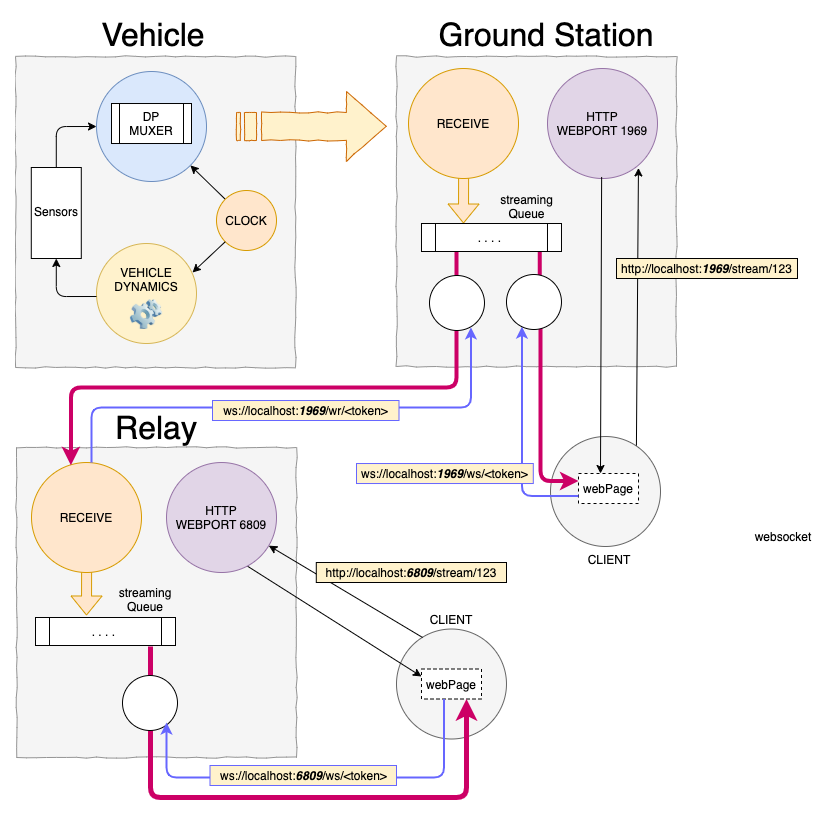
The draw.io diagram daq.png in crmathieu/daq, before a commit. Source tidied: cells renumbered, new cells last; positions are measured from the earlier drawing's top-left corner, leaving out a move shared by most shapes.
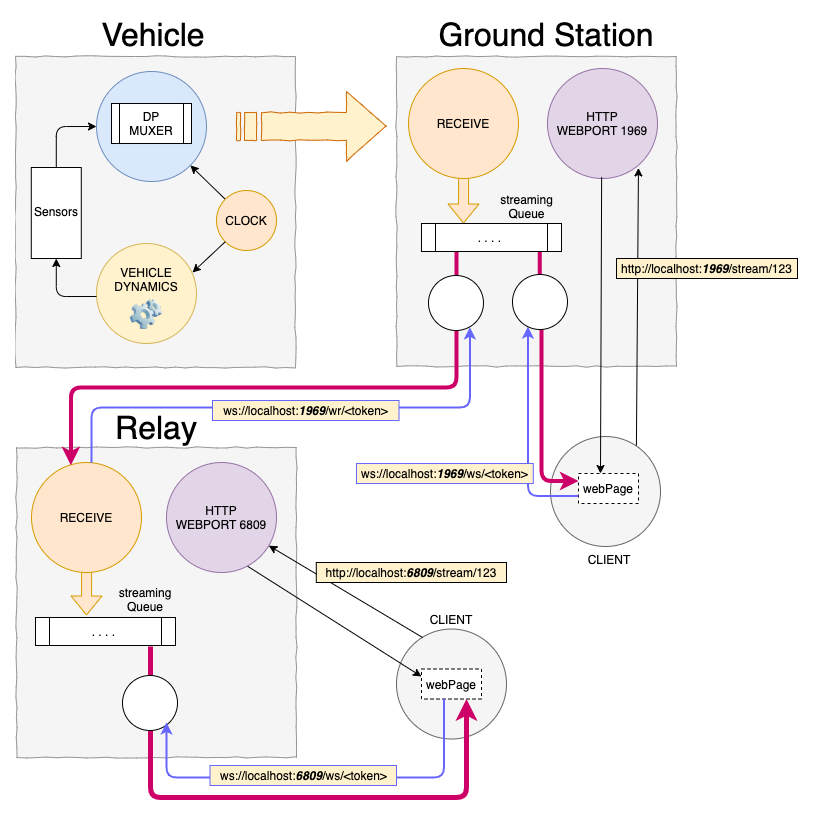
After the change.

The edit, as a diff of the source:
```diff
@@ -65,15 +65,14 @@
     <mxCell id="21" value="CLIENT" style="text;html=1;strokeColor=none;fillColor=none;align=center;verticalAlign=middle;whiteSpace=wrap;rounded=0;labelBackgroundColor=none;" parent="1" vertex="1">
       <mxGeometry x="574" y="525" width="40" height="20" as="geometry" />
     </mxCell>
-    <mxCell id="22" style="edgeStyle=segmentEdgeStyle;endArrow=none;html=1;entryX=0.831;entryY=0.948;entryDx=0;entryDy=0;entryPerimeter=0;strokeColor=#CC0066;strokeWidth=4;startArrow=classic;startFill=1;endFill=0;exitX=0;exitY=0.25;exitDx=0;exitDy=0;" parent="1" edge="1">
+    <mxCell id="22" style="edgeStyle=segmentEdgeStyle;endArrow=none;html=1;entryX=0.831;entryY=0.948;entryDx=0;entryDy=0;entryPerimeter=0;strokeColor=#CC0066;strokeWidth=4;startArrow=classic;startFill=1;endFill=0;" parent="1" edge="1" source="49">
       <mxGeometry relative="1" as="geometry">
-        <mxPoint x="495.8" y="265.5" as="sourcePoint" />
         <mxPoint x="524.3" y="225.5" as="targetPoint" />
+        <Array as="points">
+          <mxPoint x="524" y="277" />
+        </Array>
       </mxGeometry>
     </mxCell>
-    <mxCell id="23" value="websocket" style="text;html=1;strokeColor=none;fillColor=none;align=center;verticalAlign=middle;whiteSpace=wrap;rounded=0;dashed=1;labelBackgroundColor=none;" parent="1" vertex="1">
-      <mxGeometry x="728" y="502" width="80" height="20" as="geometry" />
-    </mxCell>
     <mxCell id="24" style="rounded=0;whiteSpace=wrap;html=1;fillColor=#f5f5f5;strokeColor=#949494;fontColor=#333333;strokeWidth=1;comic=1;" parent="1" vertex="1">
       <mxGeometry x="1" y="423" width="280" height="310" as="geometry" />
     </mxCell>
@@ -169,11 +168,13 @@
     <mxCell id="47" style="edgeStyle=segmentEdgeStyle;endArrow=classic;html=1;strokeColor=#6666FF;strokeWidth=2;startArrow=none;startFill=0;endFill=1;exitX=0;exitY=0.75;exitDx=0;exitDy=0;entryX=0.281;entryY=0.947;entryDx=0;entryDy=0;entryPerimeter=0;" parent="1" edge="1" source="20" target="49">
       <mxGeometry relative="1" as="geometry" />
     </mxCell>
-    <mxCell id="48" style="edgeStyle=segmentEdgeStyle;endArrow=none;html=1;entryX=0.62;entryY=0.96;entryDx=0;entryDy=0;entryPerimeter=0;strokeColor=#CC0066;strokeWidth=4;startArrow=classic;startFill=1;endFill=0;exitX=0;exitY=0.25;exitDx=0;exitDy=0;" parent="1" edge="1" source="20" target="49">
-      <mxGeometry relative="1" as="geometry" />
+    <mxCell id="48" style="edgeStyle=segmentEdgeStyle;endArrow=none;html=1;entryX=0.62;entryY=0.96;entryDx=0;entryDy=0;entryPerimeter=0;strokeColor=#CC0066;strokeWidth=4;startArrow=classic;startFill=1;endFill=0;exitX=0;exitY=0.25;exitDx=0;exitDy=0;" parent="1" edge="1" source="20">
+      <mxGeometry relative="1" as="geometry">
+        <mxPoint x="526.1" y="302.8" as="targetPoint" />
+      </mxGeometry>
     </mxCell>
     <mxCell id="49" style="ellipse;whiteSpace=wrap;html=1;" parent="1" vertex="1">
-      <mxGeometry x="491" y="250" width="55" height="55" as="geometry" />
+      <mxGeometry x="497" y="250" width="55" height="55" as="geometry" />
     </mxCell>
     <mxCell id="50" value="ws://localhost:&lt;b&gt;&lt;i&gt;1969&lt;/i&gt;&lt;/b&gt;/ws/&amp;lt;token&amp;gt;" style="text;html=1;strokeColor=#6666FF;fillColor=#fff2cc;align=center;verticalAlign=middle;whiteSpace=wrap;rounded=0;labelBackgroundColor=none;" parent="1" vertex="1">
       <mxGeometry x="341" y="439" width="176.8" height="20" as="geometry" />
@@ -189,7 +190,7 @@
       </mxGeometry>
     </mxCell>
     <mxCell id="53" style="ellipse;whiteSpace=wrap;html=1;" parent="1" vertex="1">
-      <mxGeometry x="414" y="251" width="55" height="55" as="geometry" />
+      <mxGeometry x="413" y="251" width="55" height="55" as="geometry" />
     </mxCell>
     <mxCell id="54" value="ws://localhost:&lt;b&gt;&lt;i&gt;1969&lt;/i&gt;&lt;/b&gt;/wr/&amp;lt;token&amp;gt;" style="text;html=1;strokeColor=#6666FF;fillColor=#fff2cc;align=center;verticalAlign=middle;whiteSpace=wrap;rounded=0;labelBackgroundColor=none;" parent="1" vertex="1">
       <mxGeometry x="197" y="376" width="186.5" height="20" as="geometry" />
```
